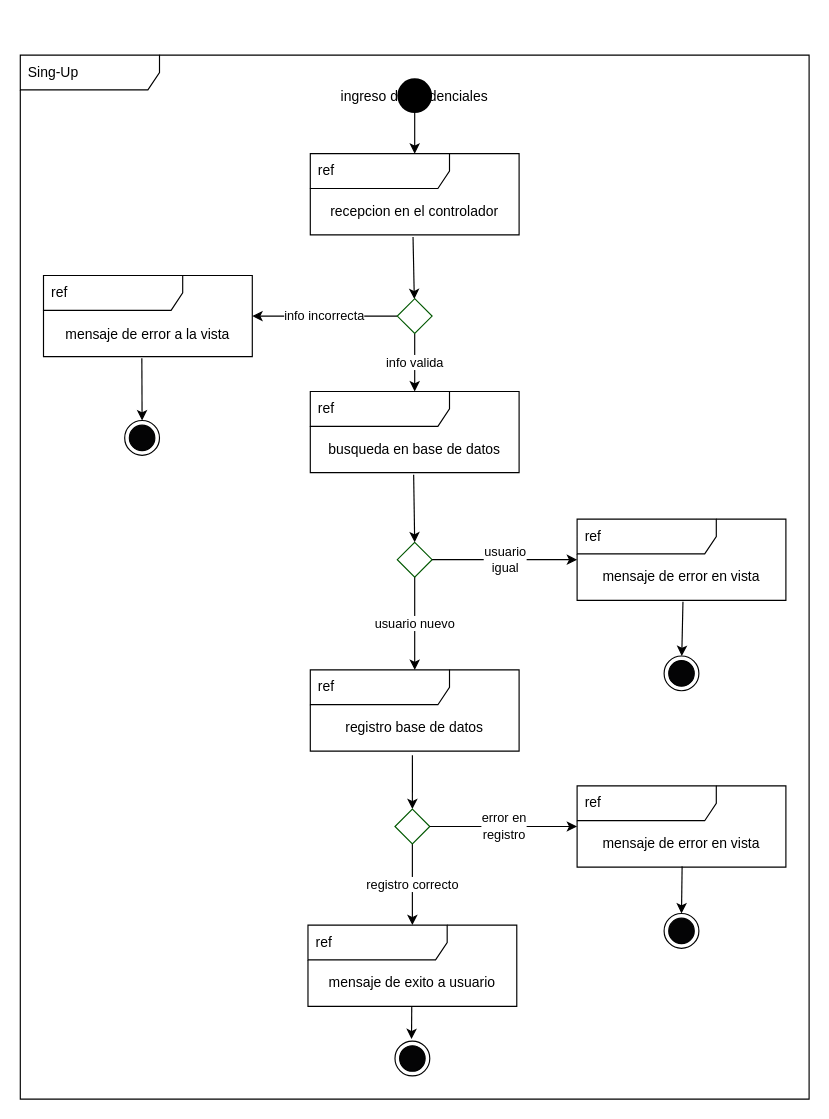
This is DOCUMENTACION/interaccionesSingUp.drawio from cresb-49/PRACTICA-1-TEO1, a draw.io file, before an edit. Source tidied: cells renumbered, new cells numbered last; positions are measured from the earlier drawing's top-left corner, leaving out a move shared by most shapes. Both pictures are drawn from the tidied source at 116%, with x=0, y=0 at pixel (20, 55).
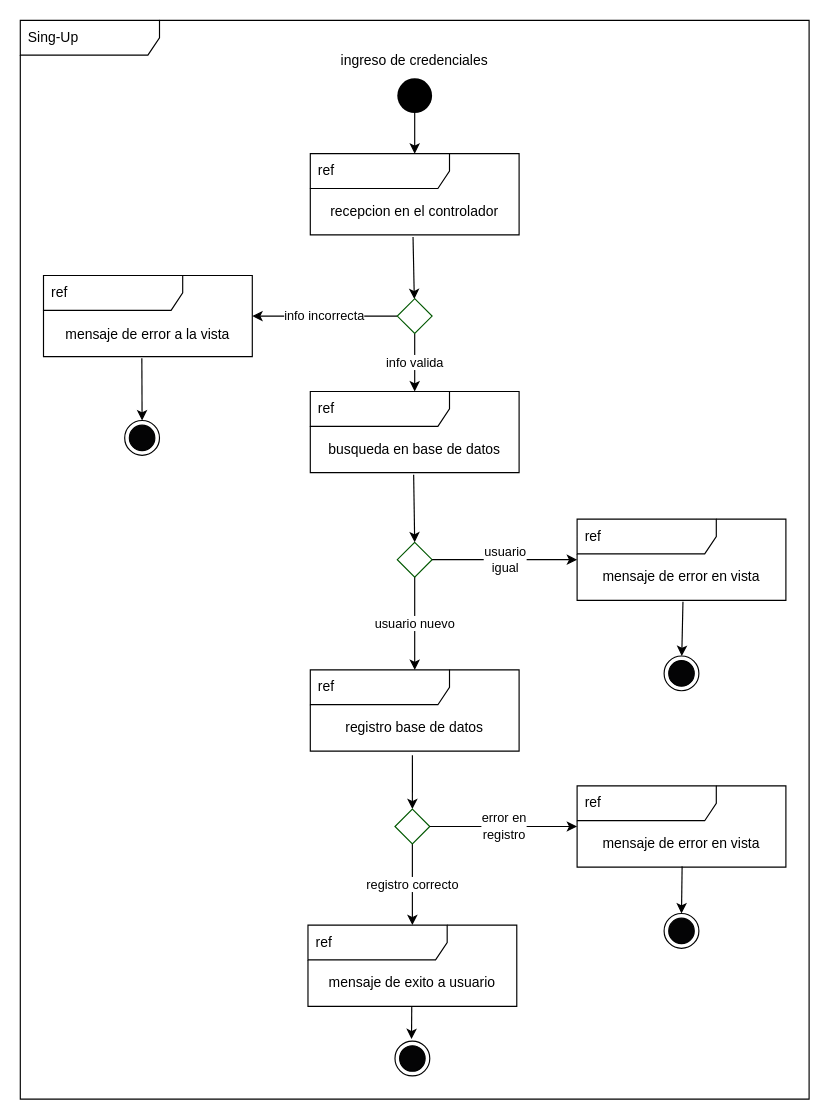
Above is the later version.

What changed in the source:
```diff
@@
     <mxCell id="2" value="Sing-Up" style="shape=umlFrame;whiteSpace=wrap;html=1;width=120;height=30;boundedLbl=1;verticalAlign=middle;align=left;spacingLeft=5;fillColor=default;" parent="1" vertex="1">
-      <mxGeometry width="680" height="900" as="geometry" />
+      <mxGeometry y="-30" width="680" height="930" as="geometry" />
     </mxCell>
@@
-    <mxCell id="4" value="ingreso de credenciales" style="ellipse;strokeColor=none;fillColor=#000000;" parent="1" vertex="1">
+    <mxCell id="4" style="ellipse;strokeColor=none;fillColor=#000000;" parent="1" vertex="1">
       <mxGeometry x="325" y="20" width="30" height="30" as="geometry" />
     </mxCell>
@@
+    <mxCell id="39" value="&lt;span style=&quot;color: rgb(0, 0, 0);&quot;&gt;ingreso de credenciales&lt;/span&gt;" style="text;html=1;strokeColor=none;fillColor=none;align=center;verticalAlign=middle;whiteSpace=wrap;rounded=0;fontColor=#FFFFFF;" parent="1" vertex="1">
+      <mxGeometry x="225" y="-10" width="230" height="30" as="geometry" />
+    </mxCell>
```
